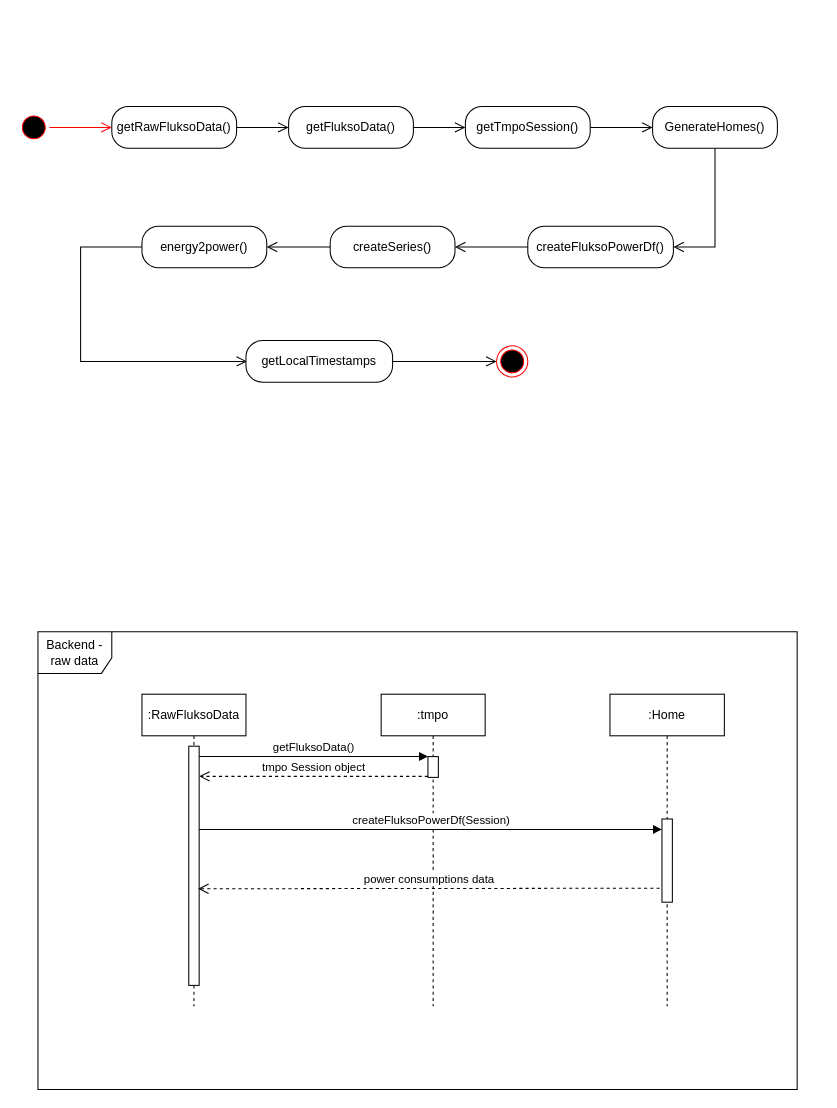
Before: page "seq diag backend" (5 of 8) of documentation/documentation_diagrams.drawio in AlexandreHnf/Voisin-d-energie-ULB, a draw.io diagram. Source tidied: cells renumbered, new cells numbered last; positions are measured from the earlier drawing's top-left corner, leaving out a move shared by most shapes. Both pictures are drawn from the tidied source at 104%, with x=0, y=0 at pixel (18, 106).
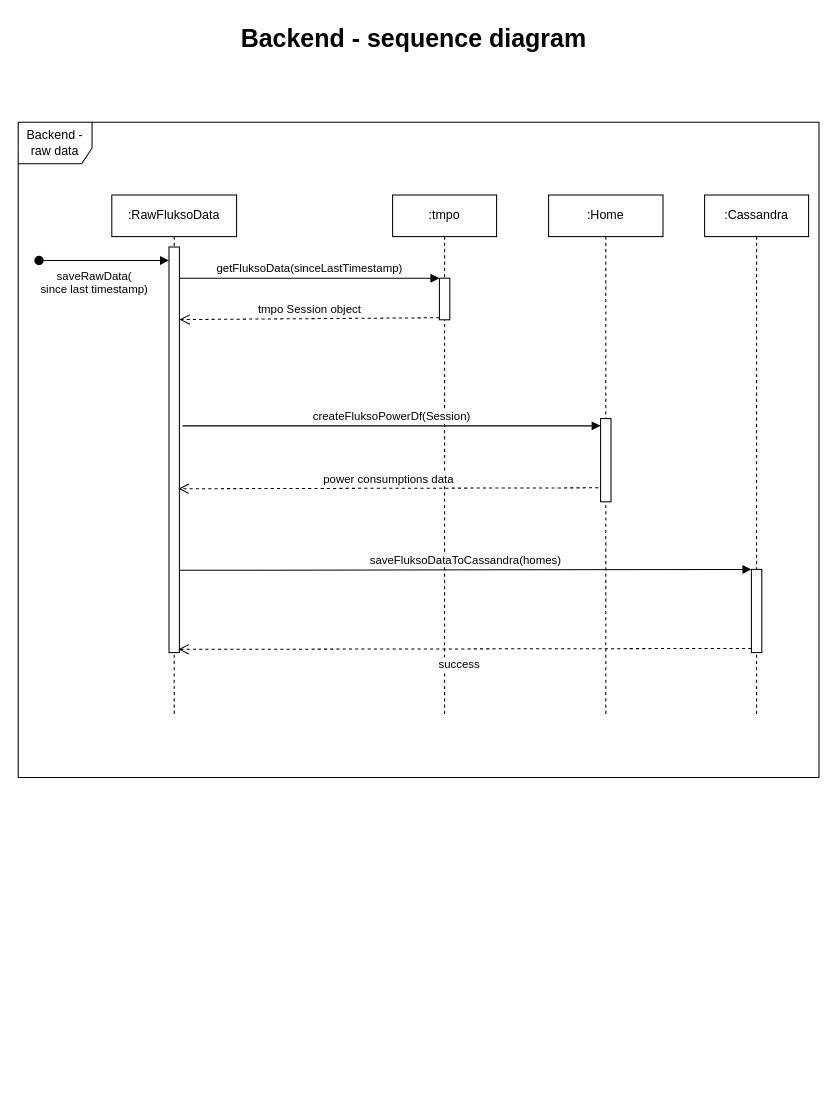
After the change.

Change to the diagram source:
```diff
@@
-    <mxCell id="2" style="ellipse;html=1;shape=endState;fillColor=#000000;strokeColor=#ff0000;" parent="1" vertex="1">
-      <mxGeometry x="460" y="230" width="30" height="30" as="geometry" />
-    </mxCell>
-    <mxCell id="3" style="ellipse;html=1;shape=startState;fillColor=#000000;strokeColor=#ff0000;" parent="1" vertex="1">
-      <mxGeometry y="5" width="30" height="30" as="geometry" />
-    </mxCell>
-    <mxCell id="4" style="edgeStyle=orthogonalEdgeStyle;html=1;verticalAlign=bottom;endArrow=open;endSize=8;strokeColor=#ff0000;rounded=0;" parent="1" edge="1" source="3">
-      <mxGeometry relative="1" as="geometry">
-        <mxPoint x="90" y="20" as="targetPoint" />
-      </mxGeometry>
-    </mxCell>
-    <mxCell id="5" value="getRawFluksoData()" style="rounded=1;whiteSpace=wrap;html=1;arcSize=40;" parent="1" vertex="1">
-      <mxGeometry x="90" width="120" height="40" as="geometry" />
-    </mxCell>
-    <mxCell id="6" style="edgeStyle=orthogonalEdgeStyle;html=1;verticalAlign=bottom;endArrow=open;endSize=8;rounded=0;" parent="1" edge="1" source="5">
-      <mxGeometry relative="1" as="geometry">
-        <mxPoint x="260" y="20" as="targetPoint" />
-      </mxGeometry>
-    </mxCell>
-    <mxCell id="7" value="getFluksoData()" style="rounded=1;whiteSpace=wrap;html=1;arcSize=40;" parent="1" vertex="1">
-      <mxGeometry x="260" width="120" height="40" as="geometry" />
-    </mxCell>
-    <mxCell id="8" style="edgeStyle=orthogonalEdgeStyle;html=1;verticalAlign=bottom;endArrow=open;endSize=8;rounded=0;exitX=1;exitY=0.5;exitDx=0;exitDy=0;" parent="1" edge="1" source="7">
-      <mxGeometry relative="1" as="geometry">
-        <mxPoint x="430" y="20" as="targetPoint" />
-      </mxGeometry>
-    </mxCell>
     <mxCell id="9" value="Backend - raw data" style="shape=umlFrame;whiteSpace=wrap;html=1;width=71;height=40;" parent="1" vertex="1">
-      <mxGeometry x="19" y="505" width="730" height="440" as="geometry" />
+      <mxGeometry y="15" width="770" height="630" as="geometry" />
     </mxCell>
     <mxCell id="10" value=":RawFluksoData" style="shape=umlLifeline;perimeter=lifelinePerimeter;whiteSpace=wrap;html=1;" parent="1" vertex="1">
-      <mxGeometry x="119" y="565" width="100" height="300" as="geometry" />
+      <mxGeometry x="90" y="85" width="120" height="500" as="geometry" />
     </mxCell>
     <mxCell id="11" style="html=1;points=[];perimeter=orthogonalPerimeter;" parent="10" vertex="1">
-      <mxGeometry x="45" y="50" width="10" height="230" as="geometry" />
+      <mxGeometry x="55" y="50" width="10" height="390" as="geometry" />
     </mxCell>
     <mxCell id="12" value=":tmpo" style="shape=umlLifeline;perimeter=lifelinePerimeter;whiteSpace=wrap;html=1;" parent="1" vertex="1">
-      <mxGeometry x="349" y="565" width="100" height="300" as="geometry" />
+      <mxGeometry x="360" y="85" width="100" height="500" as="geometry" />
     </mxCell>
     <mxCell id="13" style="html=1;points=[];perimeter=orthogonalPerimeter;" parent="12" vertex="1">
-      <mxGeometry x="45" y="60" width="10" height="20" as="geometry" />
+      <mxGeometry x="45" y="80" width="10" height="40" as="geometry" />
     </mxCell>
-    <mxCell id="14" value="getFluksoData()" style="html=1;verticalAlign=bottom;endArrow=block;entryX=0;entryY=0;rounded=0;" parent="1" edge="1" source="11" target="13">
+    <mxCell id="14" value="getFluksoData(sinceLastTimestamp)" style="html=1;verticalAlign=bottom;endArrow=block;entryX=0;entryY=0;rounded=0;" parent="1" edge="1" source="11" target="13">
       <mxGeometry relative="1" as="geometry" />
     </mxCell>
-    <mxCell id="15" value="tmpo Session object" style="html=1;verticalAlign=bottom;endArrow=open;dashed=1;endSize=8;exitX=0;exitY=0.95;rounded=0;" parent="1" edge="1" source="13" target="11">
+    <mxCell id="15" value="tmpo Session object" style="html=1;verticalAlign=bottom;endArrow=open;dashed=1;endSize=8;exitX=0;exitY=0.95;rounded=0;entryX=1;entryY=0.179;entryDx=0;entryDy=0;entryPerimeter=0;" parent="1" edge="1" source="13" target="11">
       <mxGeometry relative="1" as="geometry" />
     </mxCell>
-    <mxCell id="16" value="createFluksoPowerDf(Session)" style="html=1;verticalAlign=bottom;endArrow=block;rounded=0;" parent="1" edge="1" source="11" target="19">
-      <mxGeometry relative="1" as="geometry">
-        <Array as="points">
-          <mxPoint x="270" y="695" />
-        </Array>
-      </mxGeometry>
+    <mxCell id="16" value="createFluksoPowerDf(Session)" style="html=1;verticalAlign=bottom;endArrow=block;rounded=0;exitX=1.3;exitY=0.441;exitDx=0;exitDy=0;exitPerimeter=0;" parent="1" edge="1" source="11" target="19">
+      <mxGeometry relative="1" as="geometry" />
     </mxCell>
@@
     <mxCell id="18" value=":Home" style="shape=umlLifeline;perimeter=lifelinePerimeter;whiteSpace=wrap;html=1;" parent="1" vertex="1">
-      <mxGeometry x="569" y="565" width="110" height="300" as="geometry" />
+      <mxGeometry x="510" y="85" width="110" height="500" as="geometry" />
     </mxCell>
     <mxCell id="19" style="html=1;points=[];perimeter=orthogonalPerimeter;" parent="18" vertex="1">
-      <mxGeometry x="50" y="120" width="10" height="80" as="geometry" />
+      <mxGeometry x="50" y="215" width="10" height="80" as="geometry" />
     </mxCell>
-    <mxCell id="20" value="getTmpoSession()" style="rounded=1;whiteSpace=wrap;html=1;arcSize=40;" parent="1" vertex="1">
-      <mxGeometry x="430" width="120" height="40" as="geometry" />
-    </mxCell>
-    <mxCell id="21" style="edgeStyle=orthogonalEdgeStyle;html=1;verticalAlign=bottom;endArrow=open;endSize=8;rounded=0;" parent="1" edge="1" source="20">
-      <mxGeometry relative="1" as="geometry">
-        <mxPoint x="610" y="20" as="targetPoint" />
-      </mxGeometry>
-    </mxCell>
-    <mxCell id="22" value="GenerateHomes()" style="rounded=1;whiteSpace=wrap;html=1;arcSize=40;" parent="1" vertex="1">
-      <mxGeometry x="610" width="120" height="40" as="geometry" />
-    </mxCell>
-    <mxCell id="23" style="edgeStyle=orthogonalEdgeStyle;html=1;verticalAlign=bottom;endArrow=open;endSize=8;rounded=0;entryX=1;entryY=0.5;entryDx=0;entryDy=0;" parent="1" edge="1" source="22" target="24">
-      <mxGeometry relative="1" as="geometry">
-        <Array as="points">
-          <mxPoint x="670" y="135" />
-        </Array>
-      </mxGeometry>
-    </mxCell>
-    <mxCell id="24" value="createFluksoPowerDf()" style="rounded=1;whiteSpace=wrap;html=1;arcSize=40;" parent="1" vertex="1">
-      <mxGeometry x="490" y="115" width="140" height="40" as="geometry" />
-    </mxCell>
-    <mxCell id="25" style="edgeStyle=orthogonalEdgeStyle;html=1;verticalAlign=bottom;endArrow=open;endSize=8;rounded=0;exitX=0;exitY=0.5;exitDx=0;exitDy=0;entryX=1;entryY=0.5;entryDx=0;entryDy=0;" parent="1" edge="1" source="24" target="26">
-      <mxGeometry relative="1" as="geometry" />
-    </mxCell>
-    <mxCell id="26" value="createSeries()" style="rounded=1;whiteSpace=wrap;html=1;arcSize=40;" parent="1" vertex="1">
-      <mxGeometry x="300" y="115" width="120" height="40" as="geometry" />
-    </mxCell>
-    <mxCell id="27" style="edgeStyle=orthogonalEdgeStyle;html=1;verticalAlign=bottom;endArrow=open;endSize=8;rounded=0;entryX=1;entryY=0.5;entryDx=0;entryDy=0;" parent="1" edge="1" source="26" target="28">
-      <mxGeometry relative="1" as="geometry" />
-    </mxCell>
-    <mxCell id="28" value="energy2power()" style="rounded=1;whiteSpace=wrap;html=1;arcSize=40;" parent="1" vertex="1">
-      <mxGeometry x="119" y="115" width="120" height="40" as="geometry" />
-    </mxCell>
-    <mxCell id="29" style="edgeStyle=orthogonalEdgeStyle;html=1;verticalAlign=bottom;endArrow=open;endSize=8;rounded=0;exitX=0;exitY=0.5;exitDx=0;exitDy=0;" parent="1" edge="1" source="28">
-      <mxGeometry relative="1" as="geometry">
-        <mxPoint x="220" y="245" as="targetPoint" />
-        <Array as="points">
-          <mxPoint x="60" y="135" />
-          <mxPoint x="60" y="245" />
-        </Array>
-      </mxGeometry>
-    </mxCell>
-    <mxCell id="30" value="getLocalTimestamps" style="rounded=1;whiteSpace=wrap;html=1;arcSize=40;" parent="1" vertex="1">
-      <mxGeometry x="219" y="225" width="141" height="40" as="geometry" />
-    </mxCell>
-    <mxCell id="31" style="edgeStyle=orthogonalEdgeStyle;html=1;verticalAlign=bottom;endArrow=open;endSize=8;rounded=0;exitX=1;exitY=0.5;exitDx=0;exitDy=0;" parent="1" edge="1" source="30">
-      <mxGeometry relative="1" as="geometry">
-        <mxPoint x="460" y="245" as="targetPoint" />
-      </mxGeometry>
-    </mxCell>
+    <mxCell id="32" value="Backend - sequence diagram" style="text;strokeColor=none;fillColor=none;html=1;fontSize=24;fontStyle=1;verticalAlign=middle;align=center;" parent="1" vertex="1">
+      <mxGeometry x="330" y="-85" width="100" height="40" as="geometry" />
+    </mxCell>
+    <mxCell id="33" value=":Cassandra" style="shape=umlLifeline;perimeter=lifelinePerimeter;whiteSpace=wrap;html=1;" parent="1" vertex="1">
+      <mxGeometry x="660" y="85" width="100" height="500" as="geometry" />
+    </mxCell>
+    <mxCell id="34" style="html=1;points=[];perimeter=orthogonalPerimeter;" parent="33" vertex="1">
+      <mxGeometry x="45" y="360" width="10" height="80" as="geometry" />
+    </mxCell>
+    <mxCell id="35" value="saveFluksoDataToCassandra(homes)" style="html=1;verticalAlign=bottom;endArrow=block;entryX=0;entryY=0;rounded=0;exitX=1;exitY=0.797;exitDx=0;exitDy=0;exitPerimeter=0;" parent="1" edge="1" source="11" target="34">
+      <mxGeometry relative="1" as="geometry" />
+    </mxCell>
+    <mxCell id="36" style="html=1;verticalAlign=bottom;endArrow=open;dashed=1;endSize=8;exitX=0;exitY=0.95;rounded=0;entryX=0.9;entryY=0.992;entryDx=0;entryDy=0;entryPerimeter=0;" parent="1" edge="1" source="34" target="11">
+      <mxGeometry relative="1" as="geometry" />
+    </mxCell>
+    <mxCell id="37" value="success" style="edgeLabel;html=1;align=center;verticalAlign=middle;" parent="36" vertex="1">
+      <mxGeometry x="-0.05" y="-1" relative="1" as="geometry">
+        <mxPoint x="-19" y="15" as="offset" />
+      </mxGeometry>
+    </mxCell>
+    <mxCell id="38" value="&lt;div&gt;saveRawData(&lt;/div&gt;&lt;div&gt;since last timestamp)&lt;/div&gt;" style="html=1;verticalAlign=bottom;startArrow=oval;startFill=1;endArrow=block;startSize=8;rounded=0;entryX=0;entryY=0.033;entryDx=0;entryDy=0;entryPerimeter=0;" parent="1" edge="1" target="11">
+      <mxGeometry x="-0.16" y="-37" relative="1" as="geometry">
+        <mxPoint x="20" y="148" as="sourcePoint" />
+      </mxGeometry>
+    </mxCell>
```
